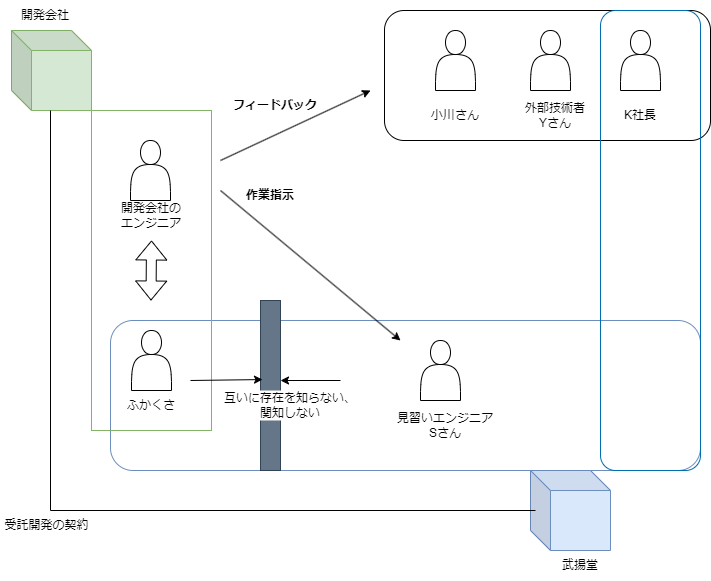
The draw.io diagram 提案概要.drawio.png in buyodo/webgis-doc, before a commit. Source tidied: cells renumbered, new cells last; positions are measured from the earlier drawing's top-left corner, leaving out a move shared by most shapes. Its diagram source:
```xml
<mxGraphModel>
  <root>
    <mxCell id="0" />
    <mxCell id="1" parent="0" />
    <mxCell id="2" style="rounded=1;whiteSpace=wrap;html=1;fillColor=none;strokeColor=#6c8ebf;" parent="1" vertex="1">
      <mxGeometry x="110" y="320" width="590" height="150" as="geometry" />
    </mxCell>
    <mxCell id="3" style="rounded=0;whiteSpace=wrap;html=1;fillColor=none;strokeColor=#82b366;" parent="1" vertex="1">
      <mxGeometry x="91" y="110" width="120" height="320" as="geometry" />
    </mxCell>
    <mxCell id="4" style="shape=actor;whiteSpace=wrap;html=1;" parent="1" vertex="1">
      <mxGeometry x="131" y="330" width="40" height="60" as="geometry" />
    </mxCell>
    <mxCell id="5" value="ふかくさ" style="text;html=1;strokeColor=none;fillColor=none;align=center;verticalAlign=middle;whiteSpace=wrap;rounded=0;" parent="1" vertex="1">
      <mxGeometry x="121" y="390" width="60" height="30" as="geometry" />
    </mxCell>
    <mxCell id="6" style="shape=actor;whiteSpace=wrap;html=1;" parent="1" vertex="1">
      <mxGeometry x="130" y="140" width="40" height="60" as="geometry" />
    </mxCell>
    <mxCell id="7" value="開発会社の&lt;br&gt;エンジニア" style="text;html=1;strokeColor=none;fillColor=none;align=center;verticalAlign=middle;whiteSpace=wrap;rounded=0;" parent="1" vertex="1">
      <mxGeometry x="111" y="200" width="80" height="30" as="geometry" />
    </mxCell>
    <mxCell id="8" style="shape=flexArrow;endArrow=classic;startArrow=classic;html=1;rounded=0;" parent="1" edge="1">
      <mxGeometry relative="1" as="geometry">
        <mxPoint x="150.5" y="300" as="sourcePoint" />
        <mxPoint x="151" y="240" as="targetPoint" />
      </mxGeometry>
    </mxCell>
    <mxCell id="9" style="shape=cube;whiteSpace=wrap;html=1;boundedLbl=1;backgroundOutline=1;darkOpacity=0.05;darkOpacity2=0.1;fillColor=#d5e8d4;size=20;strokeColor=#82b366;" parent="1" vertex="1">
      <mxGeometry x="11" y="30" width="80" height="80" as="geometry" />
    </mxCell>
    <mxCell id="10" style="shape=cube;whiteSpace=wrap;html=1;boundedLbl=1;backgroundOutline=1;darkOpacity=0.05;darkOpacity2=0.1;fillColor=#dae8fc;size=20;strokeColor=#6c8ebf;" parent="1" vertex="1">
      <mxGeometry x="530" y="470" width="80" height="80" as="geometry" />
    </mxCell>
    <mxCell id="11" value="武揚堂" style="text;html=1;strokeColor=none;fillColor=none;align=center;verticalAlign=middle;whiteSpace=wrap;rounded=0;" parent="1" vertex="1">
      <mxGeometry x="550" y="550" width="60" height="30" as="geometry" />
    </mxCell>
    <mxCell id="12" value="開発会社" style="text;html=1;strokeColor=none;fillColor=none;align=center;verticalAlign=middle;whiteSpace=wrap;rounded=0;" parent="1" vertex="1">
      <mxGeometry width="90" height="30" as="geometry" />
    </mxCell>
    <mxCell id="13" style="shape=actor;whiteSpace=wrap;html=1;" parent="1" vertex="1">
      <mxGeometry x="420" y="340" width="40" height="60" as="geometry" />
    </mxCell>
    <mxCell id="14" value="見習いエンジニア&lt;br&gt;Sさん" style="text;html=1;strokeColor=none;fillColor=none;align=center;verticalAlign=middle;whiteSpace=wrap;rounded=0;" parent="1" vertex="1">
      <mxGeometry x="370" y="410" width="150" height="30" as="geometry" />
    </mxCell>
    <mxCell id="15" style="endArrow=classic;html=1;rounded=0;" parent="1" edge="1">
      <mxGeometry relative="1" as="geometry">
        <mxPoint x="220" y="190" as="sourcePoint" />
        <mxPoint x="400" y="340" as="targetPoint" />
      </mxGeometry>
    </mxCell>
    <mxCell id="16" value="作業指示" style="text;html=1;strokeColor=none;fillColor=none;align=center;verticalAlign=middle;whiteSpace=wrap;rounded=0;fontStyle=1;" parent="1" vertex="1">
      <mxGeometry x="240" y="180" width="60" height="30" as="geometry" />
    </mxCell>
    <mxCell id="17" style="endArrow=classic;html=1;rounded=0;" parent="1" edge="1">
      <mxGeometry relative="1" as="geometry">
        <mxPoint x="220" y="160" as="sourcePoint" />
        <mxPoint x="370" y="90" as="targetPoint" />
      </mxGeometry>
    </mxCell>
    <mxCell id="18" style="shape=actor;whiteSpace=wrap;html=1;" parent="1" vertex="1">
      <mxGeometry x="435" y="30" width="40" height="60" as="geometry" />
    </mxCell>
    <mxCell id="19" style="shape=actor;whiteSpace=wrap;html=1;" parent="1" vertex="1">
      <mxGeometry x="530" y="30" width="40" height="60" as="geometry" />
    </mxCell>
    <mxCell id="20" style="shape=actor;whiteSpace=wrap;html=1;" parent="1" vertex="1">
      <mxGeometry x="620" y="30" width="40" height="60" as="geometry" />
    </mxCell>
    <mxCell id="21" value="フィードバック" style="text;html=1;strokeColor=none;fillColor=none;align=center;verticalAlign=middle;whiteSpace=wrap;rounded=0;fontStyle=1;" parent="1" vertex="1">
      <mxGeometry x="230" y="90" width="90" height="30" as="geometry" />
    </mxCell>
    <mxCell id="22" style="rounded=1;whiteSpace=wrap;html=1;fillColor=none;" parent="1" vertex="1">
      <mxGeometry x="384" y="10" width="326" height="130" as="geometry" />
    </mxCell>
    <mxCell id="23" value="小川さん" style="text;html=1;strokeColor=none;fillColor=none;align=center;verticalAlign=middle;whiteSpace=wrap;rounded=0;" parent="1" vertex="1">
      <mxGeometry x="425" y="100" width="60" height="30" as="geometry" />
    </mxCell>
    <mxCell id="24" value="外部技術者&lt;br&gt;Yさん" style="text;html=1;strokeColor=none;fillColor=none;align=center;verticalAlign=middle;whiteSpace=wrap;rounded=0;" parent="1" vertex="1">
      <mxGeometry x="520" y="100" width="70" height="30" as="geometry" />
    </mxCell>
    <mxCell id="25" value="K社長" style="text;html=1;strokeColor=none;fillColor=none;align=center;verticalAlign=middle;whiteSpace=wrap;rounded=0;" parent="1" vertex="1">
      <mxGeometry x="610" y="100" width="60" height="30" as="geometry" />
    </mxCell>
    <mxCell id="26" style="rounded=0;whiteSpace=wrap;html=1;fillColor=#647687;fontColor=#ffffff;strokeColor=#314354;" parent="1" vertex="1">
      <mxGeometry x="260" y="300" width="20" height="170" as="geometry" />
    </mxCell>
    <mxCell id="27" style="endArrow=classic;html=1;rounded=0;entryX=0.1;entryY=0.465;entryDx=0;entryDy=0;entryPerimeter=0;" parent="1" edge="1" target="26">
      <mxGeometry relative="1" as="geometry">
        <mxPoint x="190" y="380" as="sourcePoint" />
      </mxGeometry>
    </mxCell>
    <mxCell id="28" style="endArrow=classic;html=1;rounded=0;" parent="1" edge="1">
      <mxGeometry relative="1" as="geometry">
        <mxPoint x="340" y="380" as="sourcePoint" />
        <mxPoint x="280" y="380" as="targetPoint" />
      </mxGeometry>
    </mxCell>
    <mxCell id="29" value="互いに存在を知らない、&lt;br&gt;関知しない" style="text;html=1;align=center;verticalAlign=middle;whiteSpace=wrap;rounded=0;fillColor=default;" parent="1" vertex="1">
      <mxGeometry x="220" y="390" width="140" height="30" as="geometry" />
    </mxCell>
    <mxCell id="30" style="rounded=1;whiteSpace=wrap;html=1;fillColor=none;fontColor=#ffffff;strokeColor=#006EAF;rotation=90;" parent="1" vertex="1">
      <mxGeometry x="420" y="190" width="460" height="100" as="geometry" />
    </mxCell>
    <mxCell id="31" style="shape=partialRectangle;whiteSpace=wrap;html=1;bottom=0;right=0;fillColor=none;rotation=-90;" parent="1" vertex="1">
      <mxGeometry x="92.5" y="67.5" width="400" height="485" as="geometry" />
    </mxCell>
    <mxCell id="32" value="受託開発の契約" style="text;html=1;strokeColor=none;fillColor=none;align=center;verticalAlign=middle;whiteSpace=wrap;rounded=0;" parent="1" vertex="1">
      <mxGeometry x="2" y="510" width="89" height="30" as="geometry" />
    </mxCell>
  </root>
</mxGraphModel>
```
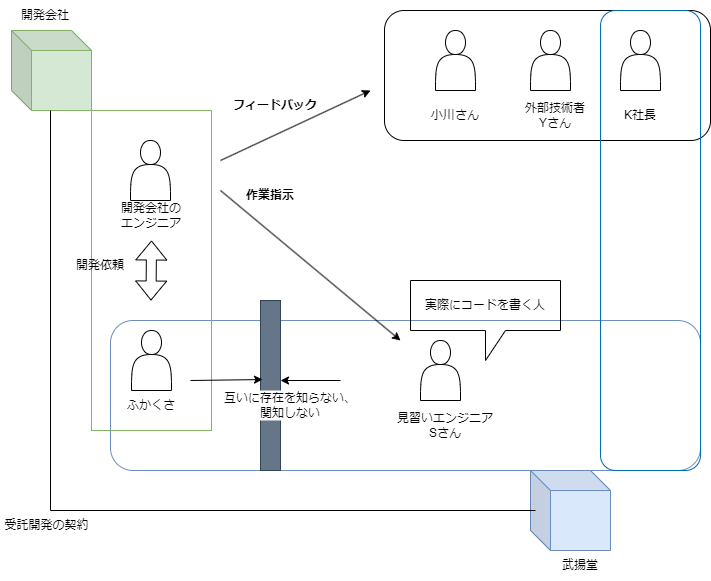
The same file after the commit.

Commit message:
提案概要.drawio.png を更新します

What changed in the source:
```diff
@@ -109,5 +109,11 @@
     <mxCell id="32" value="受託開発の契約" style="text;html=1;strokeColor=none;fillColor=none;align=center;verticalAlign=middle;whiteSpace=wrap;rounded=0;" parent="1" vertex="1">
       <mxGeometry x="2" y="510" width="89" height="30" as="geometry" />
     </mxCell>
+    <mxCell id="33" value="開発依頼" style="text;html=1;strokeColor=none;fillColor=none;align=center;verticalAlign=middle;whiteSpace=wrap;rounded=0;" parent="1" vertex="1">
+      <mxGeometry x="70" y="250" width="60" height="30" as="geometry" />
+    </mxCell>
+    <mxCell id="34" value="実際にコードを書く人" style="shape=callout;whiteSpace=wrap;html=1;perimeter=calloutPerimeter;fillColor=none;" parent="1" vertex="1">
+      <mxGeometry x="410" y="280" width="150" height="80" as="geometry" />
+    </mxCell>
   </root>
 </mxGraphModel>
```
